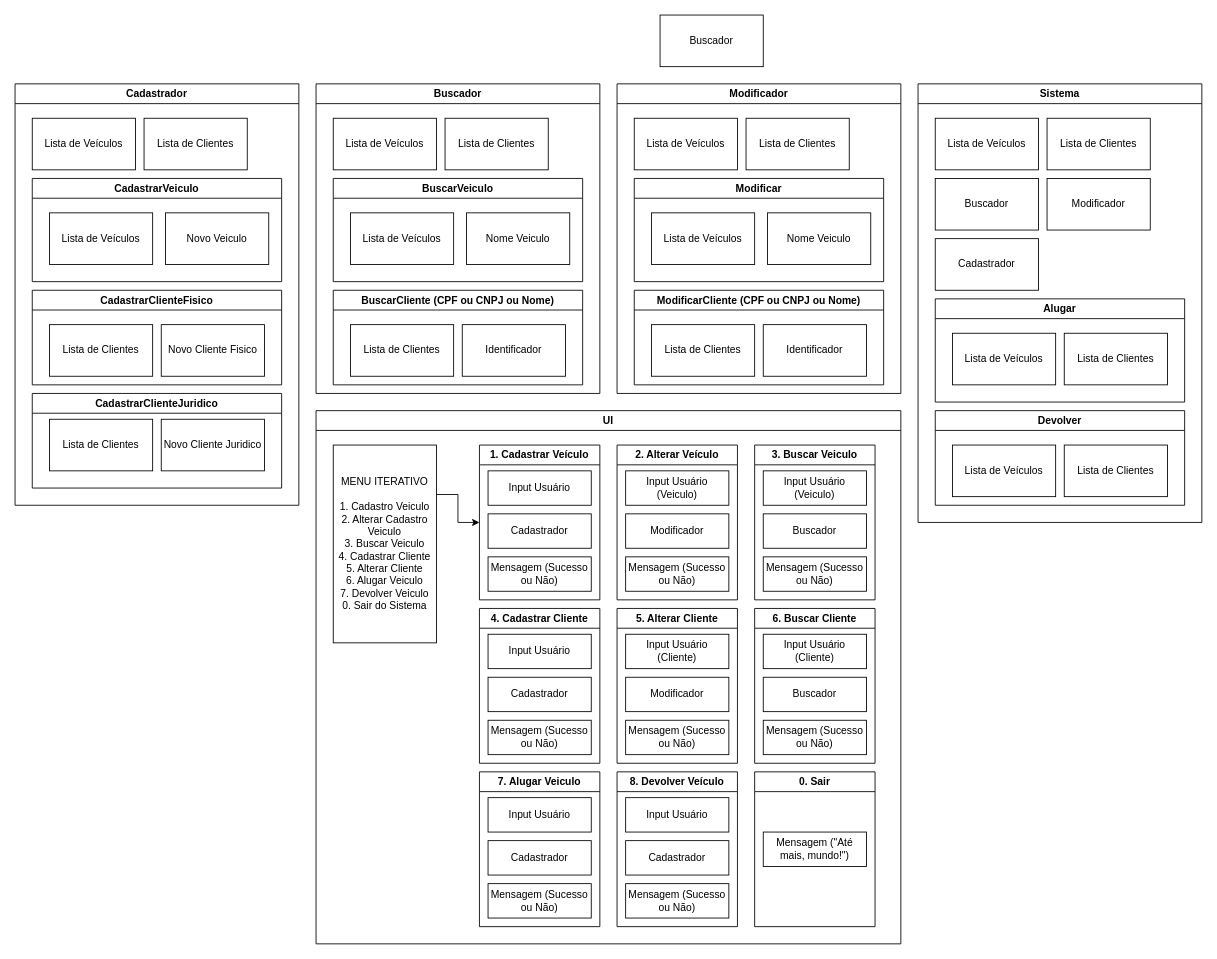
Earlier version of the draw.io diagram page "Page-2" (2 of 3) of Locadora.drawio (jpastolfo/ADA-Locate-Car). Source tidied: cells renumbered, new cells numbered last; positions are measured from the earlier drawing's top-left corner, leaving out a move shared by most shapes. Both pictures are drawn from the tidied source at 86%, with x=0, y=0 at pixel (15, 15).
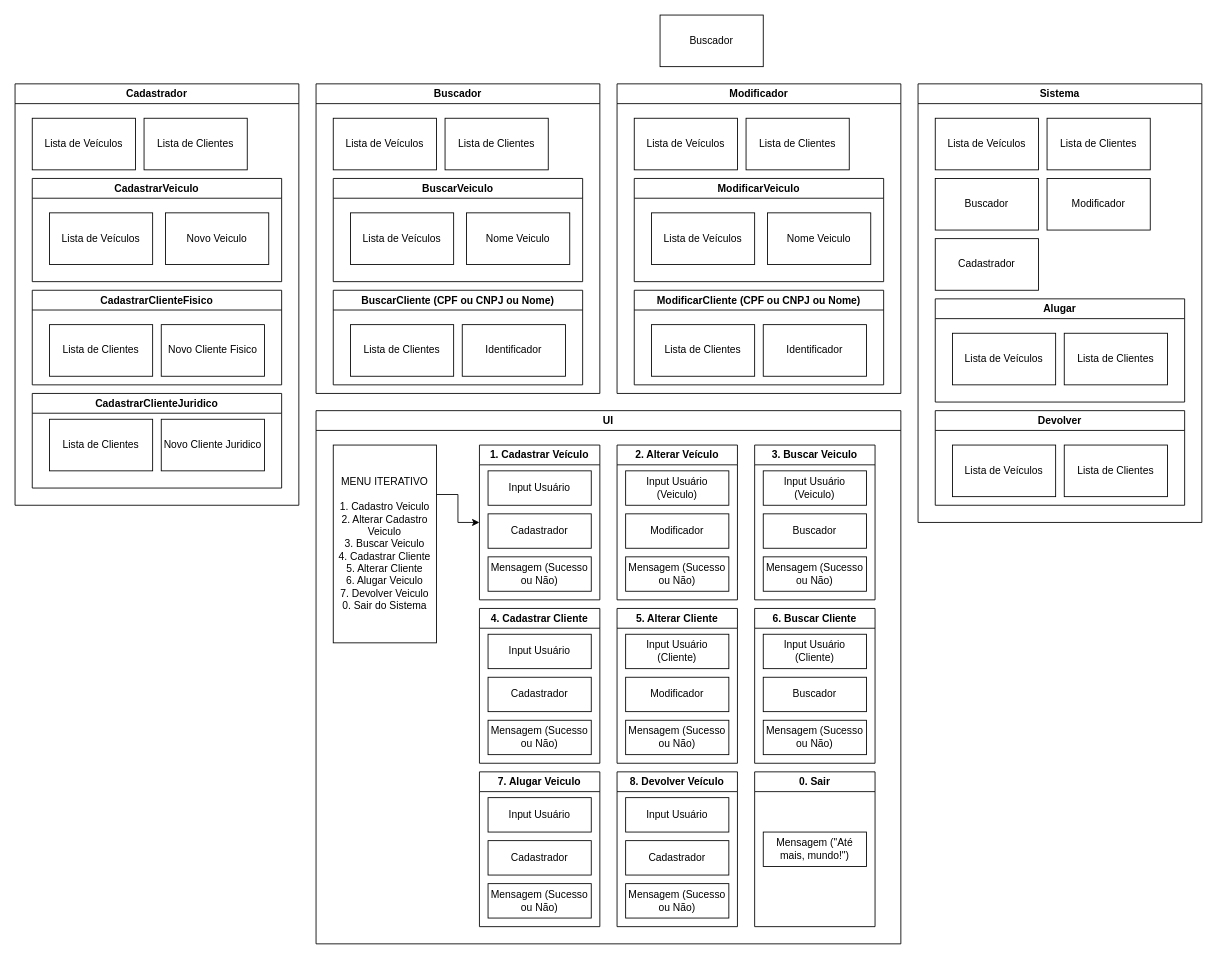
The same diagram, later.

Unchanged cells that the change refers to:
```xml
<mxCell id="23" value="Modificador" style="swimlane;whiteSpace=wrap;html=1;" parent="1" vertex="1">
  <mxGeometry x="700" y="80" width="330" height="360" as="geometry" />
</mxCell>
```

The edit, as a diff of the source:
```diff
@@
-    <mxCell id="26" value="Modificar" style="swimlane;whiteSpace=wrap;html=1;" parent="23" vertex="1">
+    <mxCell id="26" value="ModificarVeiculo" style="swimlane;whiteSpace=wrap;html=1;" parent="23" vertex="1">
       <mxGeometry x="20" y="110" width="290" height="120" as="geometry" />
     </mxCell>
```
